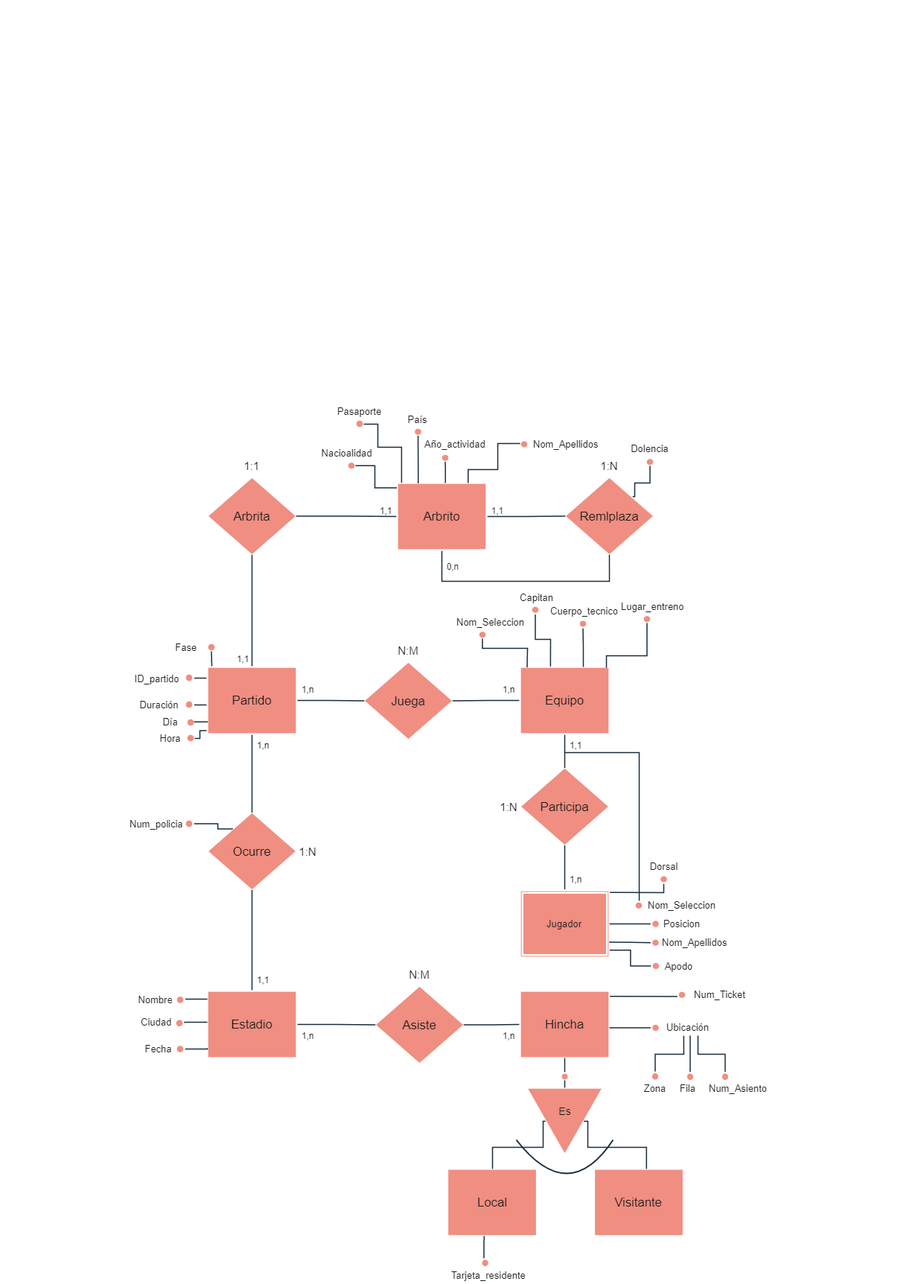
Earlier version of the draw.io export proyecto01.png (RamosColonAdrian/Proyecto01SQL). Source tidied: cells renumbered, new cells last; positions are measured from the earlier drawing's top-left corner, leaving out a move shared by most shapes.
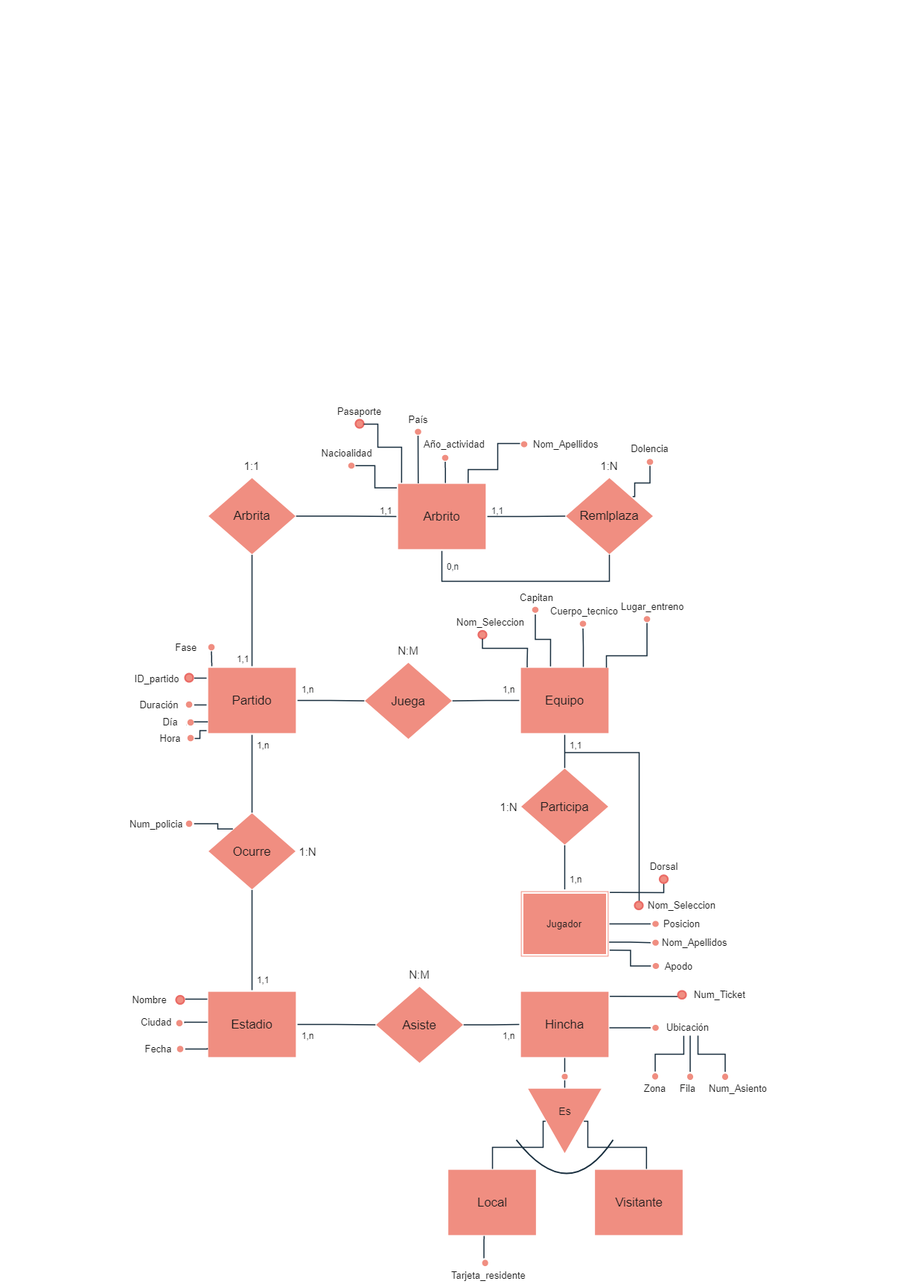
Above is the later version.

Diff of the diagram source:
```diff
@@ -139,7 +139,7 @@
     <mxCell id="45" style="html=1;jettySize=18;whiteSpace=wrap;fontSize=13;strokeWidth=1.5;arcSize=12;edgeStyle=orthogonalEdgeStyle;startArrow=none;endArrow=none;exitX=-0.009;exitY=0.167;exitPerimeter=0;entryX=1.108;entryY=0.5;entryPerimeter=0;strokeColor=#182E3E;fontColor=#1A1A1A;rounded=0;labelBackgroundColor=#B0E3E6;" parent="1" edge="1" source="2" target="46">
       <mxGeometry relative="1" as="geometry" />
     </mxCell>
-    <mxCell id="46" value="Atributo" style="html=1;overflow=block;blockSpacing=1;whiteSpace=wrap;ellipse;whiteSpace=wrap;fontSize=13;spacing=3.8;strokeOpacity=100;absoluteArcSize=1;arcSize=9;strokeWidth=2.3;noLabel=1;fillColor=#F08E81;strokeColor=#FFFFFF;fontColor=#1A1A1A;rounded=0;" parent="1" vertex="1">
+    <mxCell id="46" value="Atributo" style="html=1;overflow=block;blockSpacing=1;whiteSpace=wrap;ellipse;whiteSpace=wrap;fontSize=13;spacing=3.8;strokeOpacity=100;absoluteArcSize=1;arcSize=9;strokeWidth=2.3;noLabel=1;fillColor=#F08E81;strokeColor=#EA6B66;fontColor=#1A1A1A;rounded=0;" parent="1" vertex="1">
       <mxGeometry x="248" y="904" width="11" height="11" as="geometry" />
     </mxCell>
     <mxCell id="47" style="html=1;jettySize=18;whiteSpace=wrap;fontSize=13;strokeWidth=1.5;arcSize=12;edgeStyle=orthogonalEdgeStyle;startArrow=none;endArrow=none;entryX=1.108;entryY=0.5;entryPerimeter=0;strokeColor=#182E3E;fontColor=#1A1A1A;rounded=0;labelBackgroundColor=#B0E3E6;" parent="1" edge="1" target="48">
@@ -188,7 +188,7 @@
     <mxCell id="58" value="Atributo" style="html=1;overflow=block;blockSpacing=1;whiteSpace=wrap;ellipse;whiteSpace=wrap;fontSize=13;spacing=3.8;strokeOpacity=100;absoluteArcSize=1;arcSize=9;strokeWidth=2.3;noLabel=1;fillColor=#F08E81;strokeColor=#FFFFFF;fontColor=#1A1A1A;rounded=0;" parent="1" vertex="1">
       <mxGeometry x="555.5" y="574" width="11" height="10.5" as="geometry" />
     </mxCell>
-    <mxCell id="59" value="Atributo" style="html=1;overflow=block;blockSpacing=1;whiteSpace=wrap;ellipse;whiteSpace=wrap;fontSize=13;spacing=3.8;strokeOpacity=100;absoluteArcSize=1;arcSize=9;strokeWidth=2.3;noLabel=1;direction=south;fillColor=#F08E81;strokeColor=#FFFFFF;fontColor=#1A1A1A;rounded=0;" parent="1" vertex="1">
+    <mxCell id="59" value="Atributo" style="html=1;overflow=block;blockSpacing=1;whiteSpace=wrap;ellipse;whiteSpace=wrap;fontSize=13;spacing=3.8;strokeOpacity=100;absoluteArcSize=1;arcSize=9;strokeWidth=2.3;noLabel=1;direction=south;fillColor=#F08E81;strokeColor=#EA6B66;fontColor=#1A1A1A;rounded=0;" parent="1" vertex="1">
       <mxGeometry x="477" y="563" width="11" height="11" as="geometry" />
     </mxCell>
     <mxCell id="60" value="País" style="html=1;overflow=block;blockSpacing=1;whiteSpace=wrap;whiteSpace=wrap;fontSize=13;spacing=3.8;strokeOpacity=0;fillOpacity=0;absoluteArcSize=1;arcSize=9;strokeWidth=2.3;fillColor=#F08E81;strokeColor=#FFFFFF;fontColor=#1A1A1A;rounded=0;" parent="1" vertex="1">
@@ -278,7 +278,7 @@
     <mxCell id="76" value="Dolencia" style="html=1;overflow=block;blockSpacing=1;whiteSpace=wrap;whiteSpace=wrap;fontSize=13;spacing=3.8;strokeOpacity=0;fillOpacity=0;absoluteArcSize=1;arcSize=9;strokeWidth=2.3;fillColor=#F08E81;strokeColor=#FFFFFF;fontColor=#1A1A1A;rounded=0;" parent="1" vertex="1">
       <mxGeometry x="835" y="590.8" width="75" height="23" as="geometry" />
     </mxCell>
-    <mxCell id="77" value="Atributo" style="html=1;overflow=block;blockSpacing=1;whiteSpace=wrap;ellipse;whiteSpace=wrap;fontSize=13;spacing=3.8;strokeOpacity=100;absoluteArcSize=1;arcSize=9;strokeWidth=2.3;noLabel=1;fillColor=#F08E81;strokeColor=#FFFFFF;fontColor=#1A1A1A;rounded=0;" parent="1" vertex="1">
+    <mxCell id="77" value="Atributo" style="html=1;overflow=block;blockSpacing=1;whiteSpace=wrap;ellipse;whiteSpace=wrap;fontSize=13;spacing=3.8;strokeOpacity=100;absoluteArcSize=1;arcSize=9;strokeWidth=2.3;noLabel=1;fillColor=#F08E81;strokeColor=#EA6B66;fontColor=#1A1A1A;rounded=0;" parent="1" vertex="1">
       <mxGeometry x="642" y="846.5" width="11" height="10.5" as="geometry" />
     </mxCell>
     <mxCell id="78" style="html=1;jettySize=18;whiteSpace=wrap;fontSize=13;strokeWidth=1.5;arcSize=12;edgeStyle=orthogonalEdgeStyle;startArrow=none;endArrow=none;entryX=0.5;entryY=1;entryDx=0;entryDy=0;exitX=0.08;exitY=0.005;exitDx=0;exitDy=0;exitPerimeter=0;strokeColor=#182E3E;fontColor=#1A1A1A;rounded=0;labelBackgroundColor=#B0E3E6;" parent="1" edge="1" source="4" target="77">
@@ -349,7 +349,7 @@
         </Array>
       </mxGeometry>
     </mxCell>
-    <mxCell id="91" value="Atributo" style="html=1;overflow=block;blockSpacing=1;whiteSpace=wrap;ellipse;whiteSpace=wrap;fontSize=13;spacing=3.8;strokeOpacity=100;absoluteArcSize=1;arcSize=9;strokeWidth=2.3;noLabel=1;fillColor=#F08E81;strokeColor=#FFFFFF;fontColor=#1A1A1A;rounded=0;" parent="1" vertex="1">
+    <mxCell id="91" value="Atributo" style="html=1;overflow=block;blockSpacing=1;whiteSpace=wrap;ellipse;whiteSpace=wrap;fontSize=13;spacing=3.8;strokeOpacity=100;absoluteArcSize=1;arcSize=9;strokeWidth=2.3;noLabel=1;fillColor=#F08E81;strokeColor=#EA6B66;fontColor=#1A1A1A;rounded=0;" parent="1" vertex="1">
       <mxGeometry x="885.5" y="1174.8" width="11" height="10.5" as="geometry" />
     </mxCell>
     <mxCell id="92" value="Dorsal" style="html=1;overflow=block;blockSpacing=1;whiteSpace=wrap;whiteSpace=wrap;fontSize=13;spacing=3.8;strokeOpacity=0;fillOpacity=0;absoluteArcSize=1;arcSize=9;strokeWidth=2.3;fillColor=#F08E81;strokeColor=#FFFFFF;fontColor=#1A1A1A;rounded=0;" parent="1" vertex="1">
@@ -365,7 +365,7 @@
         </Array>
       </mxGeometry>
     </mxCell>
-    <mxCell id="94" value="Atributo" style="html=1;overflow=block;blockSpacing=1;whiteSpace=wrap;ellipse;whiteSpace=wrap;fontSize=13;spacing=3.8;strokeOpacity=100;absoluteArcSize=1;arcSize=9;strokeWidth=2.3;noLabel=1;fillColor=#F08E81;strokeColor=#FFFFFF;fontColor=#1A1A1A;rounded=0;" parent="1" vertex="1">
+    <mxCell id="94" value="Atributo" style="html=1;overflow=block;blockSpacing=1;whiteSpace=wrap;ellipse;whiteSpace=wrap;fontSize=13;spacing=3.8;strokeOpacity=100;absoluteArcSize=1;arcSize=9;strokeWidth=2.3;noLabel=1;fillColor=#F08E81;strokeColor=#EA6B66;fontColor=#1A1A1A;rounded=0;" parent="1" vertex="1">
       <mxGeometry x="852" y="1210" width="11" height="10.5" as="geometry" />
     </mxCell>
     <mxCell id="95" value="Nom_Seleccion" style="html=1;overflow=block;blockSpacing=1;whiteSpace=wrap;whiteSpace=wrap;fontSize=13;spacing=3.8;strokeOpacity=0;fillOpacity=0;absoluteArcSize=1;arcSize=9;strokeWidth=2.3;fillColor=#F08E81;strokeColor=#FFFFFF;fontColor=#1A1A1A;rounded=0;" parent="1" vertex="1">
@@ -463,7 +463,7 @@
         </Array>
       </mxGeometry>
     </mxCell>
-    <mxCell id="116" value="Atributo" style="html=1;overflow=block;blockSpacing=1;whiteSpace=wrap;ellipse;whiteSpace=wrap;fontSize=13;spacing=3.8;strokeOpacity=100;absoluteArcSize=1;arcSize=9;strokeWidth=2.3;noLabel=1;fillColor=#F08E81;strokeColor=#FFFFFF;fontColor=#1A1A1A;rounded=0;" parent="1" vertex="1">
+    <mxCell id="116" value="Atributo" style="html=1;overflow=block;blockSpacing=1;whiteSpace=wrap;ellipse;whiteSpace=wrap;fontSize=13;spacing=3.8;strokeOpacity=100;absoluteArcSize=1;arcSize=9;strokeWidth=2.3;noLabel=1;fillColor=#F08E81;strokeColor=#EA6B66;fontColor=#1A1A1A;rounded=0;" parent="1" vertex="1">
       <mxGeometry x="910" y="1330" width="11" height="10.5" as="geometry" />
     </mxCell>
     <mxCell id="117" value="Num_Ticket" style="html=1;overflow=block;blockSpacing=1;whiteSpace=wrap;whiteSpace=wrap;fontSize=13;spacing=3.8;strokeOpacity=0;fillOpacity=0;absoluteArcSize=1;arcSize=9;strokeWidth=2.3;fillColor=#F08E81;strokeColor=#FFFFFF;fontColor=#1A1A1A;rounded=0;" parent="1" vertex="1">
@@ -529,7 +529,7 @@
         <mxPoint x="277.9" y="1341" as="sourcePoint" />
       </mxGeometry>
     </mxCell>
-    <mxCell id="132" value="Atributo" style="html=1;overflow=block;blockSpacing=1;whiteSpace=wrap;ellipse;whiteSpace=wrap;fontSize=13;spacing=3.8;strokeOpacity=100;absoluteArcSize=1;arcSize=9;strokeWidth=2.3;noLabel=1;fillColor=#F08E81;strokeColor=#FFFFFF;fontColor=#1A1A1A;rounded=0;" parent="1" vertex="1">
+    <mxCell id="132" value="Atributo" style="html=1;overflow=block;blockSpacing=1;whiteSpace=wrap;ellipse;whiteSpace=wrap;fontSize=13;spacing=3.8;strokeOpacity=100;absoluteArcSize=1;arcSize=9;strokeWidth=2.3;noLabel=1;fillColor=#F08E81;strokeColor=#EA6B66;fontColor=#1A1A1A;rounded=0;" parent="1" vertex="1">
       <mxGeometry x="236" y="1336.5" width="11" height="11" as="geometry" />
     </mxCell>
     <mxCell id="133" style="html=1;jettySize=18;whiteSpace=wrap;fontSize=13;strokeWidth=1.5;arcSize=12;edgeStyle=orthogonalEdgeStyle;startArrow=none;endArrow=none;entryX=1.108;entryY=0.5;entryPerimeter=0;strokeColor=#182E3E;fontColor=#1A1A1A;rounded=0;labelBackgroundColor=#B0E3E6;" parent="1" edge="1" target="134">
@@ -547,7 +547,7 @@
       <mxGeometry x="236" y="1402.5" width="11" height="11" as="geometry" />
     </mxCell>
     <mxCell id="136" value="Nombre" style="html=1;overflow=block;blockSpacing=1;whiteSpace=wrap;whiteSpace=wrap;fontSize=13;spacing=3.8;strokeOpacity=0;fillOpacity=0;absoluteArcSize=1;arcSize=9;strokeWidth=2.3;fillColor=#F08E81;strokeColor=#FFFFFF;fontColor=#1A1A1A;rounded=0;" parent="1" vertex="1">
-      <mxGeometry x="171" y="1330.5" width="75" height="23" as="geometry" />
+      <mxGeometry x="171" y="1330.5" width="59" height="23" as="geometry" />
     </mxCell>
     <mxCell id="137" value="Ciudad" style="html=1;overflow=block;blockSpacing=1;whiteSpace=wrap;whiteSpace=wrap;fontSize=13;spacing=3.8;strokeOpacity=0;fillOpacity=0;absoluteArcSize=1;arcSize=9;strokeWidth=2.3;fillColor=#F08E81;strokeColor=#FFFFFF;fontColor=#1A1A1A;rounded=0;" parent="1" vertex="1">
       <mxGeometry x="186" y="1360" width="45" height="23" as="geometry" />
```
